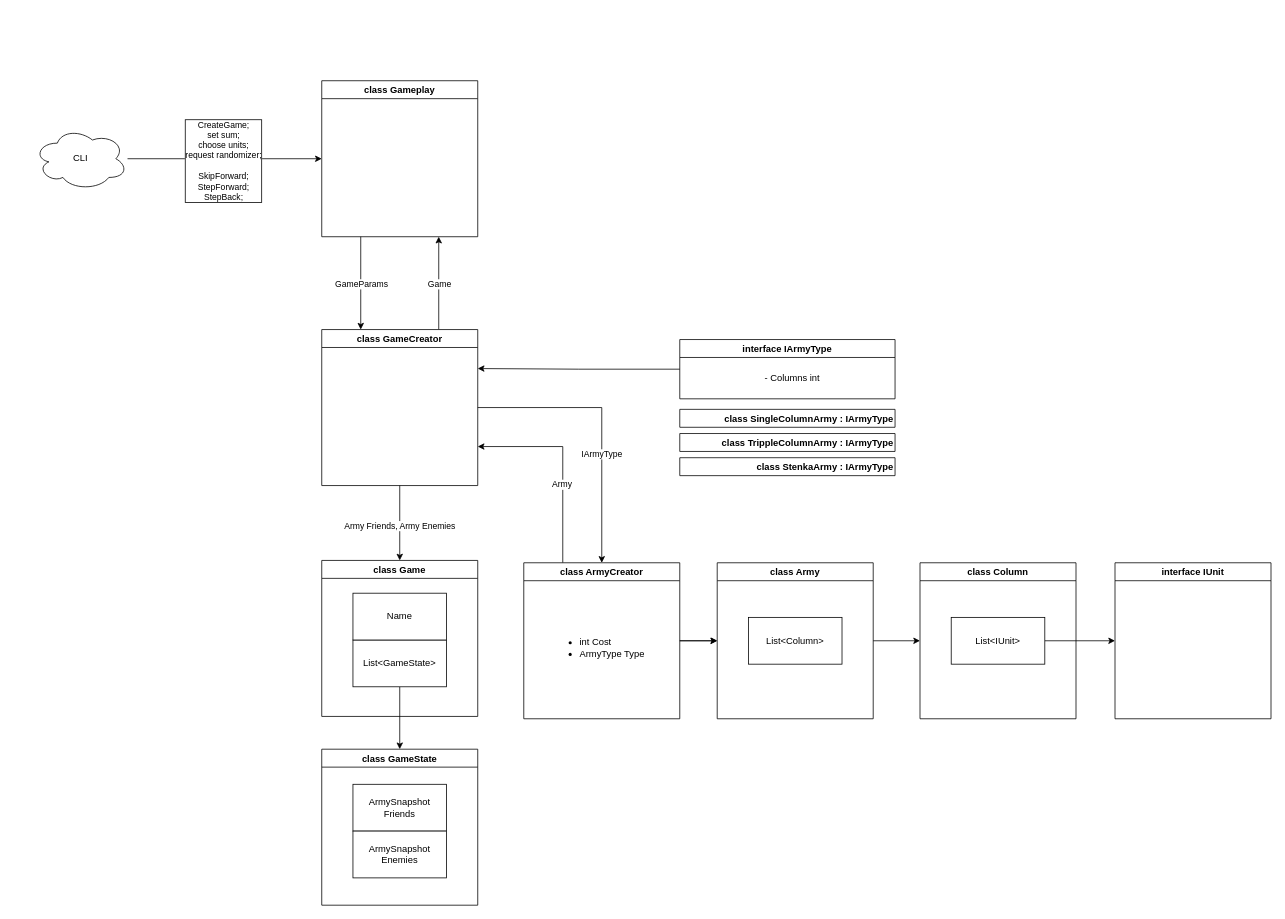
This is schema.drawio from artemmarkaryan/demo-game, a draw.io file, before an edit. Source tidied: cells renumbered, new cells numbered last; positions are measured from the earlier drawing's top-left corner, leaving out a move shared by most shapes. Both pictures are drawn from the tidied source at 78%, with x=0, y=0 at pixel (34, 80).
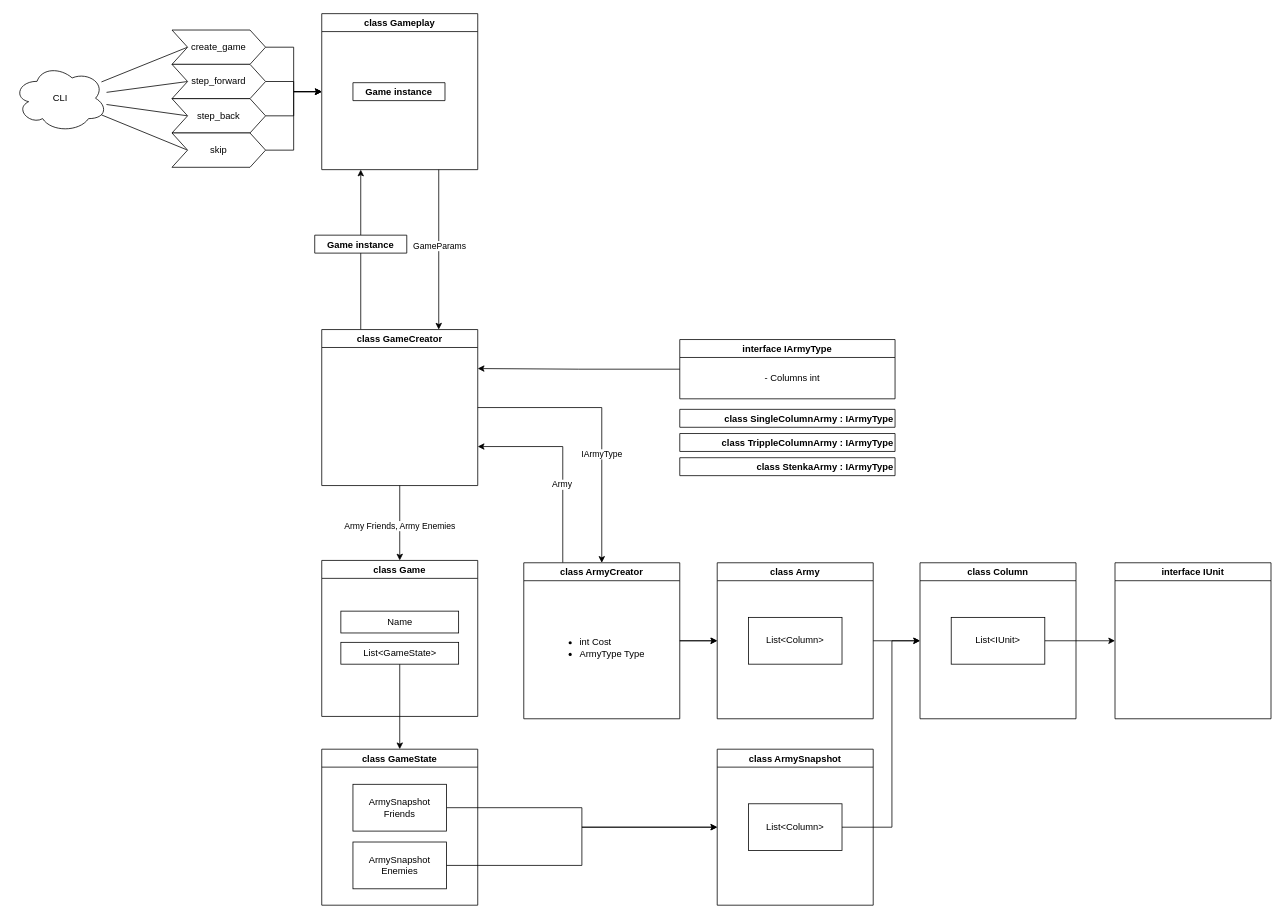
The same page after the edit.

The change refers to these unchanged cells:
```xml
<mxCell id="6" value="class Game" style="swimlane;" parent="1" vertex="1">
  <mxGeometry x="369" y="615" width="200" height="200" as="geometry" />
</mxCell>
<mxCell id="9" value="class GameState" style="swimlane;" parent="1" vertex="1">
  <mxGeometry x="369" y="857" width="200" height="200" as="geometry" />
</mxCell>
<mxCell id="10" value="ArmySnapshot Friends" style="whiteSpace=wrap;html=1;" parent="9" vertex="1">
  <mxGeometry x="40" y="45" width="120" height="60" as="geometry" />
</mxCell>
<mxCell id="16" value="class Column" style="swimlane;startSize=23;" parent="1" vertex="1">
  <mxGeometry x="1136" y="618" width="200" height="200" as="geometry" />
</mxCell>
<mxCell id="28" value="class GameCreator" style="swimlane;" parent="1" vertex="1">
  <mxGeometry x="369" y="319" width="200" height="200" as="geometry" />
</mxCell>
```

The edit, as a diff of the source:
```diff
@@
-    <mxCell id="2" style="edgeStyle=orthogonalEdgeStyle;rounded=0;jettySize=auto;html=1;entryX=0.25;entryY=0;entryDx=0;entryDy=0;exitX=0.25;exitY=1;exitDx=0;exitDy=0;" parent="1" edge="1" source="4" target="28">
+    <mxCell id="2" style="edgeStyle=orthogonalEdgeStyle;rounded=0;jettySize=auto;html=1;entryX=0.75;entryY=0;entryDx=0;entryDy=0;exitX=0.75;exitY=1;exitDx=0;exitDy=0;" parent="1" edge="1" source="4" target="28">
       <mxGeometry relative="1" as="geometry" />
     </mxCell>
@@
     <mxCell id="4" value="class Gameplay" style="swimlane;" parent="1" vertex="1">
-      <mxGeometry x="369" width="200" height="200" as="geometry" />
+      <mxGeometry x="369" y="-86" width="200" height="200" as="geometry" />
     </mxCell>
+    <mxCell id="42" value="Game instance" style="swimlane;" parent="4" vertex="1" collapsed="1">
+      <mxGeometry x="40" y="88.5" width="118" height="23" as="geometry" />
+    </mxCell>
@@
+    <mxCell id="8" value="Name" style="whiteSpace=wrap;html=1;" parent="6" vertex="1">
+      <mxGeometry x="24.5" y="65" width="151" height="28" as="geometry" />
+    </mxCell>
     <mxCell id="7" value="&lt;div&gt;List&amp;lt;GameState&amp;gt;&lt;/div&gt;" style="whiteSpace=wrap;html=1;" parent="6" vertex="1">
-      <mxGeometry x="40" y="102" width="120" height="60" as="geometry" />
+      <mxGeometry x="24.5" y="105" width="151" height="28" as="geometry" />
     </mxCell>
-    <mxCell id="8" value="Name" style="whiteSpace=wrap;html=1;" parent="6" vertex="1">
-      <mxGeometry x="40" y="42" width="120" height="60" as="geometry" />
-    </mxCell>
+    <mxCell id="43" style="edgeStyle=orthogonalEdgeStyle;rounded=0;jettySize=auto;html=1;entryX=0;entryY=0.5;entryDx=0;entryDy=0;exitX=1;exitY=0.5;exitDx=0;exitDy=0;" parent="1" edge="1" source="10" target="48">
+      <mxGeometry relative="1" as="geometry" />
+    </mxCell>
@@
     <mxCell id="11" value="ArmySnapshot Enemies" style="whiteSpace=wrap;html=1;" parent="9" vertex="1">
-      <mxGeometry x="40" y="105" width="120" height="60" as="geometry" />
+      <mxGeometry x="40" y="119" width="120" height="60" as="geometry" />
     </mxCell>
@@
-    <mxCell id="19" style="edgeStyle=orthogonalEdgeStyle;rounded=0;jettySize=auto;html=1;entryX=0;entryY=0.5;entryDx=0;entryDy=0;" parent="1" edge="1" source="21" target="4">
-      <mxGeometry relative="1" as="geometry" />
-    </mxCell>
-    <mxCell id="20" value="&lt;div&gt;CreateGame;&lt;/div&gt;&lt;div&gt;&lt;div&gt;set sum;&lt;/div&gt;&lt;div&gt;choose units;&lt;/div&gt;&lt;div&gt;request randomizer;&lt;/div&gt;&lt;div&gt;&lt;br&gt;&lt;/div&gt;&lt;/div&gt;&lt;div&gt;SkipForward;&lt;/div&gt;StepForward;&lt;br&gt;StepBack;" style="edgeLabel;align=center;verticalAlign=middle;spacingTop=0;spacing=0;spacingLeft=0;spacingRight=0;labelBorderColor=#000000;html=1;" parent="19" vertex="1">
-      <mxGeometry x="-0.02" y="-2" relative="1" as="geometry" />
-    </mxCell>
+    <mxCell id="44" style="rounded=0;jettySize=auto;html=1;entryX=0;entryY=0.5;entryDx=0;entryDy=0;endArrow=none;endFill=0;" parent="1" edge="1" source="21" target="51">
+      <mxGeometry relative="1" as="geometry" />
+    </mxCell>
+    <mxCell id="45" style="rounded=0;jettySize=auto;html=1;entryX=0;entryY=0.5;entryDx=0;entryDy=0;endArrow=none;endFill=0;" parent="1" edge="1" source="21" target="55">
+      <mxGeometry relative="1" as="geometry" />
+    </mxCell>
+    <mxCell id="46" style="rounded=0;jettySize=auto;html=1;entryX=0;entryY=0.5;entryDx=0;entryDy=0;endArrow=none;endFill=0;" parent="1" edge="1" source="21" target="57">
+      <mxGeometry relative="1" as="geometry" />
+    </mxCell>
+    <mxCell id="47" style="rounded=0;jettySize=auto;html=1;entryX=0;entryY=0.5;entryDx=0;entryDy=0;endArrow=none;endFill=0;" parent="1" edge="1" source="21" target="59">
+      <mxGeometry relative="1" as="geometry" />
+    </mxCell>
     <mxCell id="21" value="CLI" style="ellipse;shape=cloud;whiteSpace=wrap;html=1;" parent="1" vertex="1">
-      <mxGeometry y="60" width="120" height="80" as="geometry" />
+      <mxGeometry x="-26" y="-21" width="120" height="87" as="geometry" />
     </mxCell>
@@
-    <mxCell id="24" style="edgeStyle=orthogonalEdgeStyle;rounded=0;jettySize=auto;html=1;exitX=0.75;exitY=0;exitDx=0;exitDy=0;entryX=0.75;entryY=1;entryDx=0;entryDy=0;" parent="1" edge="1" source="28" target="4">
+    <mxCell id="24" style="edgeStyle=orthogonalEdgeStyle;rounded=0;jettySize=auto;html=1;exitX=0.25;exitY=0;exitDx=0;exitDy=0;entryX=0.5;entryY=1;entryDx=0;entryDy=0;endArrow=none;endFill=0;" parent="1" edge="1" source="28" target="53">
       <mxGeometry relative="1" as="geometry" />
     </mxCell>
-    <mxCell id="25" value="Game" style="edgeLabel;html=1;align=center;verticalAlign=middle;" parent="24" vertex="1">
-      <mxGeometry x="0.31" relative="1" as="geometry">
-        <mxPoint y="19" as="offset" />
-      </mxGeometry>
-    </mxCell>
@@
+    <mxCell id="48" value="class ArmySnapshot" style="swimlane;" parent="1" vertex="1">
+      <mxGeometry x="876" y="857" width="200" height="200" as="geometry" />
+    </mxCell>
+    <mxCell id="49" value="List&amp;lt;Column&amp;gt;" style="whiteSpace=wrap;html=1;" parent="48" vertex="1">
+      <mxGeometry x="40" y="70" width="120" height="60" as="geometry" />
+    </mxCell>
+    <mxCell id="50" style="edgeStyle=orthogonalEdgeStyle;rounded=0;jettySize=auto;html=1;entryX=0;entryY=0.5;entryDx=0;entryDy=0;endArrow=classic;endFill=1;" parent="1" edge="1" source="51" target="4">
+      <mxGeometry relative="1" as="geometry" />
+    </mxCell>
+    <mxCell id="51" value="&lt;div align=&quot;center&quot;&gt;create_game&lt;/div&gt;" style="shape=step;perimeter=stepPerimeter;whiteSpace=wrap;html=1;fixedSize=1;align=center;" parent="1" vertex="1">
+      <mxGeometry x="177" y="-65" width="120" height="44" as="geometry" />
+    </mxCell>
+    <mxCell id="52" style="edgeStyle=orthogonalEdgeStyle;rounded=0;jettySize=auto;html=1;exitX=0.5;exitY=0;exitDx=0;exitDy=0;entryX=0.25;entryY=1;entryDx=0;entryDy=0;" parent="1" edge="1" source="53" target="4">
+      <mxGeometry relative="1" as="geometry" />
+    </mxCell>
+    <mxCell id="53" value="Game instance" style="swimlane;" parent="1" vertex="1" collapsed="1">
+      <mxGeometry x="360" y="198" width="118" height="23" as="geometry" />
+    </mxCell>
+    <mxCell id="54" style="edgeStyle=orthogonalEdgeStyle;rounded=0;jettySize=auto;html=1;entryX=0;entryY=0.5;entryDx=0;entryDy=0;endArrow=classic;endFill=1;" parent="1" edge="1" source="55" target="4">
+      <mxGeometry relative="1" as="geometry" />
+    </mxCell>
+    <mxCell id="55" value="step_forward" style="shape=step;perimeter=stepPerimeter;whiteSpace=wrap;html=1;fixedSize=1;align=center;" parent="1" vertex="1">
+      <mxGeometry x="177" y="-21" width="120" height="44" as="geometry" />
+    </mxCell>
+    <mxCell id="56" style="edgeStyle=orthogonalEdgeStyle;rounded=0;jettySize=auto;html=1;entryX=0;entryY=0.5;entryDx=0;entryDy=0;endArrow=classic;endFill=1;" parent="1" edge="1" source="57" target="4">
+      <mxGeometry relative="1" as="geometry" />
+    </mxCell>
+    <mxCell id="57" value="step_back" style="shape=step;perimeter=stepPerimeter;whiteSpace=wrap;html=1;fixedSize=1;align=center;" parent="1" vertex="1">
+      <mxGeometry x="177" y="23" width="120" height="44" as="geometry" />
+    </mxCell>
+    <mxCell id="58" style="edgeStyle=orthogonalEdgeStyle;rounded=0;jettySize=auto;html=1;entryX=0;entryY=0.5;entryDx=0;entryDy=0;endArrow=classic;endFill=1;" parent="1" edge="1" source="59" target="4">
+      <mxGeometry relative="1" as="geometry" />
+    </mxCell>
+    <mxCell id="59" value="skip" style="shape=step;perimeter=stepPerimeter;whiteSpace=wrap;html=1;fixedSize=1;align=center;" parent="1" vertex="1">
+      <mxGeometry x="177" y="67" width="120" height="44" as="geometry" />
+    </mxCell>
+    <mxCell id="60" style="edgeStyle=orthogonalEdgeStyle;rounded=0;jettySize=auto;html=1;entryX=0;entryY=0.5;entryDx=0;entryDy=0;endArrow=classic;endFill=1;" parent="1" edge="1" source="11" target="48">
+      <mxGeometry relative="1" as="geometry" />
+    </mxCell>
+    <mxCell id="61" style="edgeStyle=orthogonalEdgeStyle;rounded=0;jettySize=auto;html=1;exitX=1;exitY=0.5;exitDx=0;exitDy=0;entryX=0;entryY=0.5;entryDx=0;entryDy=0;endArrow=classic;endFill=1;" parent="1" edge="1" source="49" target="16">
+      <mxGeometry relative="1" as="geometry">
+        <Array as="points">
+          <mxPoint x="1100" y="957" />
+          <mxPoint x="1100" y="718" />
+        </Array>
+      </mxGeometry>
+    </mxCell>
```
